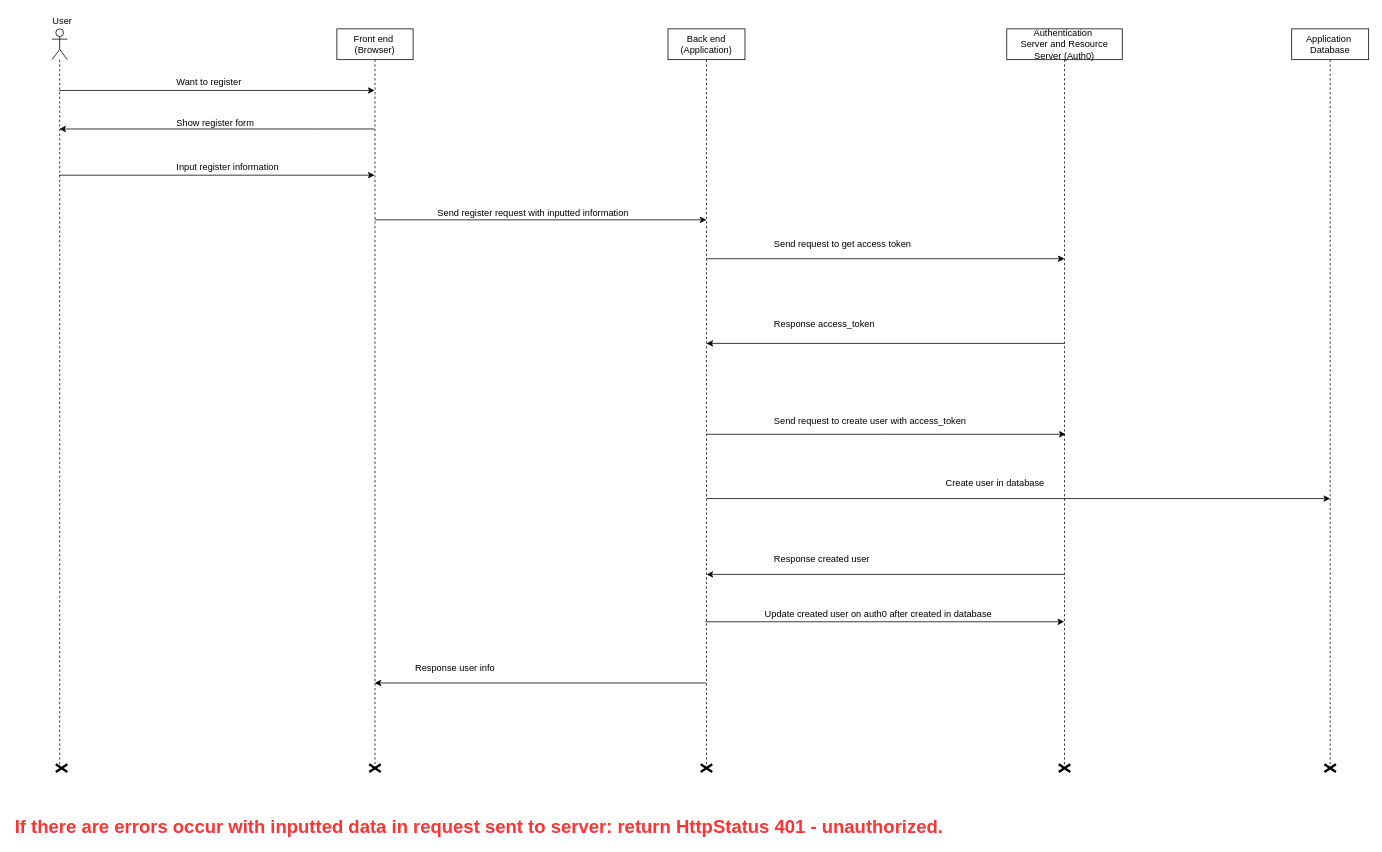
quocq6hcm/HeHeHe keeps this draw.io diagram as document_register.drawio. Above is the earlier version. Source tidied: cells renumbered, new cells numbered last; positions are measured from the earlier drawing's top-left corner, leaving out a move shared by most shapes. Both pictures are drawn from the tidied source at 77%, with x=0, y=0 at pixel (13, 13).
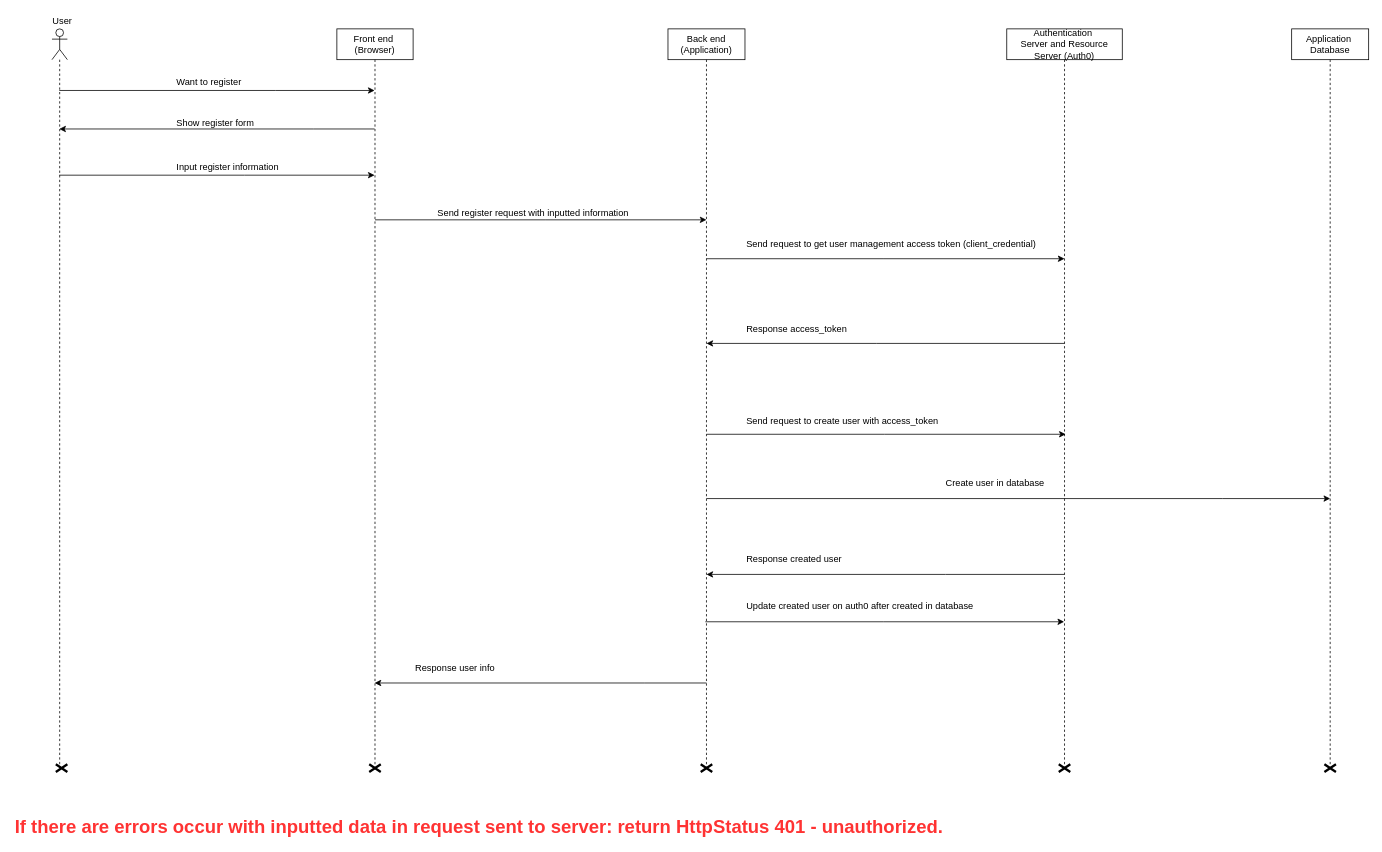
Above is the later version.

Diff of the diagram source:
```diff
@@
     <mxCell id="14" value="Response created user&lt;br&gt;" style="text;html=1;align=left;verticalAlign=top;spacingTop=-4;" parent="1" vertex="1">
-      <mxGeometry x="985.5" y="698.5" width="140" height="20" as="geometry" />
+      <mxGeometry x="950" y="698.5" width="140" height="20" as="geometry" />
     </mxCell>
@@
     <mxCell id="19" value="Response access_token&lt;br&gt;&lt;br&gt;" style="text;html=1;align=left;verticalAlign=top;spacingTop=-4;" parent="1" vertex="1">
-      <mxGeometry x="985.5" y="393.5" width="150" height="30" as="geometry" />
+      <mxGeometry x="950" y="399.5" width="150" height="30" as="geometry" />
     </mxCell>
@@
     <mxCell id="21" value="Send request to create user with access_token" style="text;html=1;align=left;verticalAlign=top;spacingTop=-4;" parent="1" vertex="1">
-      <mxGeometry x="985.5" y="518.5" width="260" height="20" as="geometry" />
+      <mxGeometry x="950" y="518.5" width="260" height="20" as="geometry" />
     </mxCell>
@@
     <mxCell id="31" value="Update created user on auth0 after created in database&lt;br&gt;&lt;br&gt;" style="text;html=1;align=left;verticalAlign=top;spacingTop=-4;" parent="1" vertex="1">
-      <mxGeometry x="974" y="770" width="310" height="30" as="geometry" />
+      <mxGeometry x="950" y="760" width="310" height="30" as="geometry" />
     </mxCell>
@@
-    <mxCell id="35" value="Send request to get access token&lt;br&gt;&lt;br&gt;" style="text;html=1;align=left;verticalAlign=top;spacingTop=-4;" parent="1" vertex="1">
-      <mxGeometry x="985.5" y="290" width="190" height="30" as="geometry" />
+    <mxCell id="35" value="Send request to get user management access token (client_credential)&lt;br&gt;" style="text;html=1;align=left;verticalAlign=top;spacingTop=-4;" parent="1" vertex="1">
+      <mxGeometry x="950" y="290" width="390" height="20" as="geometry" />
     </mxCell>
```
